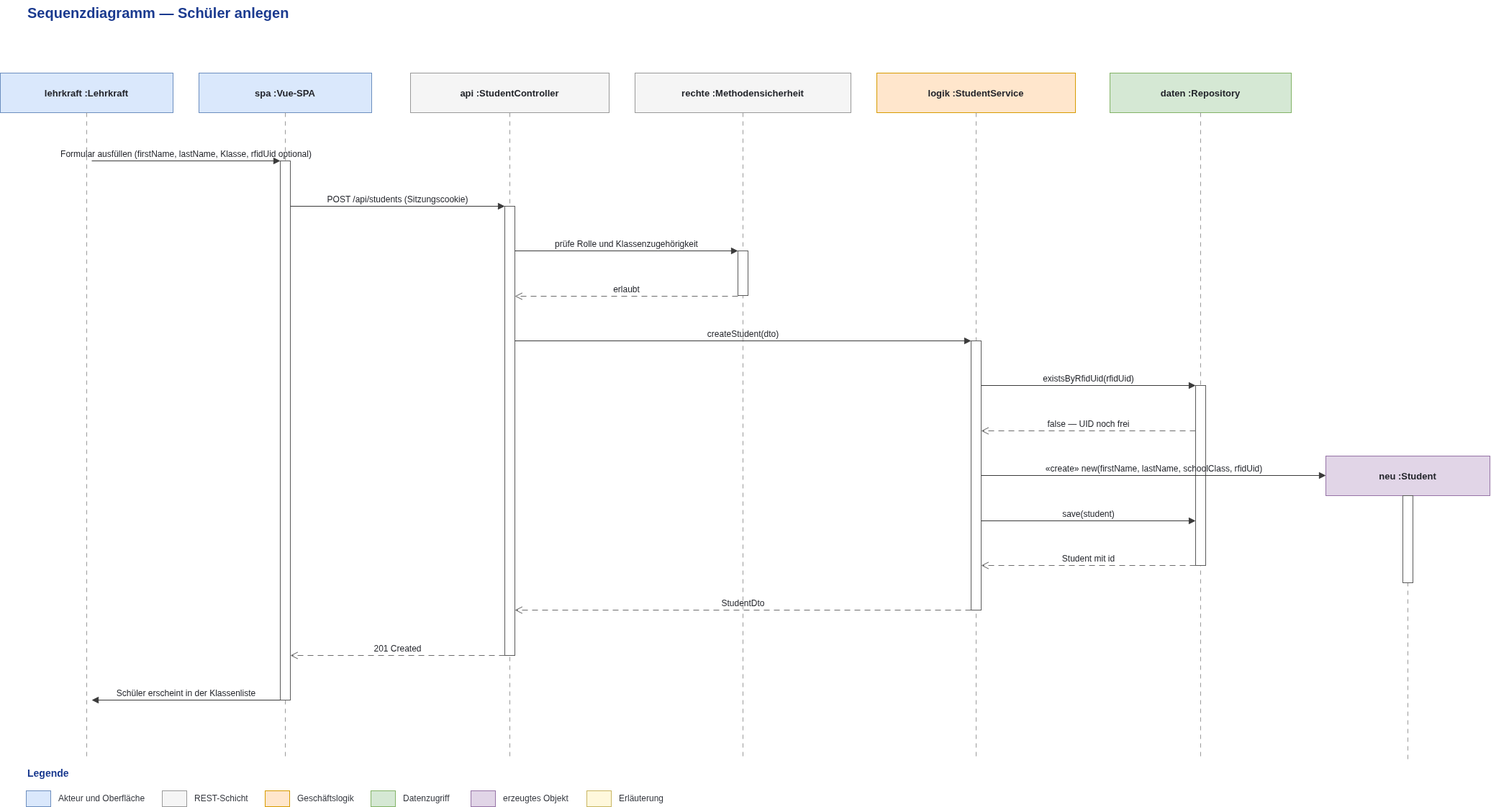
fes-wiesbaden/p4-gr5_schuelerzeiterfassung keeps this draw.io diagram as diagramme/UML/sequenzdiagramm_schueler-anlegen.drawio.png. Above is the earlier version. Source tidied: cells renumbered, new cells last; positions are measured from the earlier drawing's top-left corner, leaving out a move shared by most shapes.
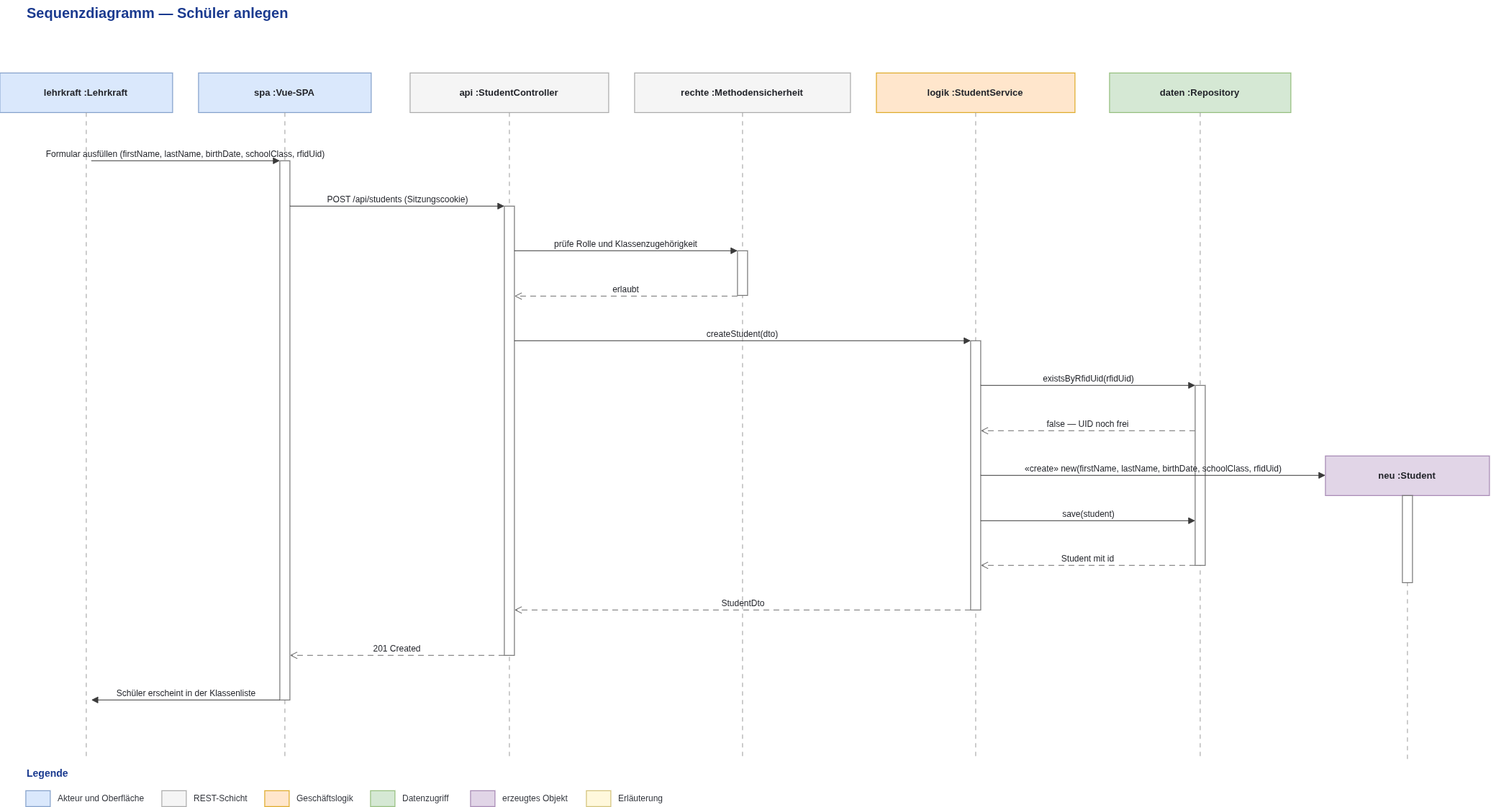
The same file after the commit.

Diff of the diagram source:
```diff
@@ -83,7 +83,7 @@
     <mxCell id="21" style="rounded=0;whiteSpace=wrap;html=1;fillColor=#FFFFFF;strokeColor=#5A5A5A;" parent="1" vertex="1">
       <mxGeometry x="1949" y="688" width="14" height="121" as="geometry" />
     </mxCell>
-    <mxCell id="22" value="Formular ausfüllen (firstName, lastName, Klasse, rfidUid optional)" style="html=1;endArrow=block;endFill=1;endSize=7;strokeColor=#3A3A3A;verticalAlign=bottom;fontSize=12;fontColor=#22242A;labelBackgroundColor=none;" parent="1" edge="1">
+    <mxCell id="22" value="Formular ausfüllen (firstName, lastName, birthDate, schoolClass, rfidUid)" style="html=1;endArrow=block;endFill=1;endSize=7;strokeColor=#3A3A3A;verticalAlign=bottom;fontSize=12;fontColor=#22242A;labelBackgroundColor=none;" parent="1" edge="1">
       <mxGeometry relative="1" as="geometry">
         <mxPoint x="127" y="223" as="sourcePoint" />
         <mxPoint x="389" y="223" as="targetPoint" />
@@ -125,7 +125,7 @@
         <mxPoint x="1363" y="598" as="targetPoint" />
       </mxGeometry>
     </mxCell>
-    <mxCell id="29" value="«create»  new(firstName, lastName, schoolClass, rfidUid)" style="html=1;endArrow=block;endFill=1;endSize=7;strokeColor=#3A3A3A;verticalAlign=bottom;fontSize=12;fontColor=#22242A;labelBackgroundColor=none;" parent="1" edge="1">
+    <mxCell id="29" value="«create»  new(firstName, lastName, birthDate, schoolClass, rfidUid)" style="html=1;endArrow=block;endFill=1;endSize=7;strokeColor=#3A3A3A;verticalAlign=bottom;fontSize=12;fontColor=#22242A;labelBackgroundColor=none;" parent="1" edge="1">
       <mxGeometry relative="1" as="geometry">
         <mxPoint x="1363" y="660" as="sourcePoint" />
         <mxPoint x="1842" y="660" as="targetPoint" />
```
